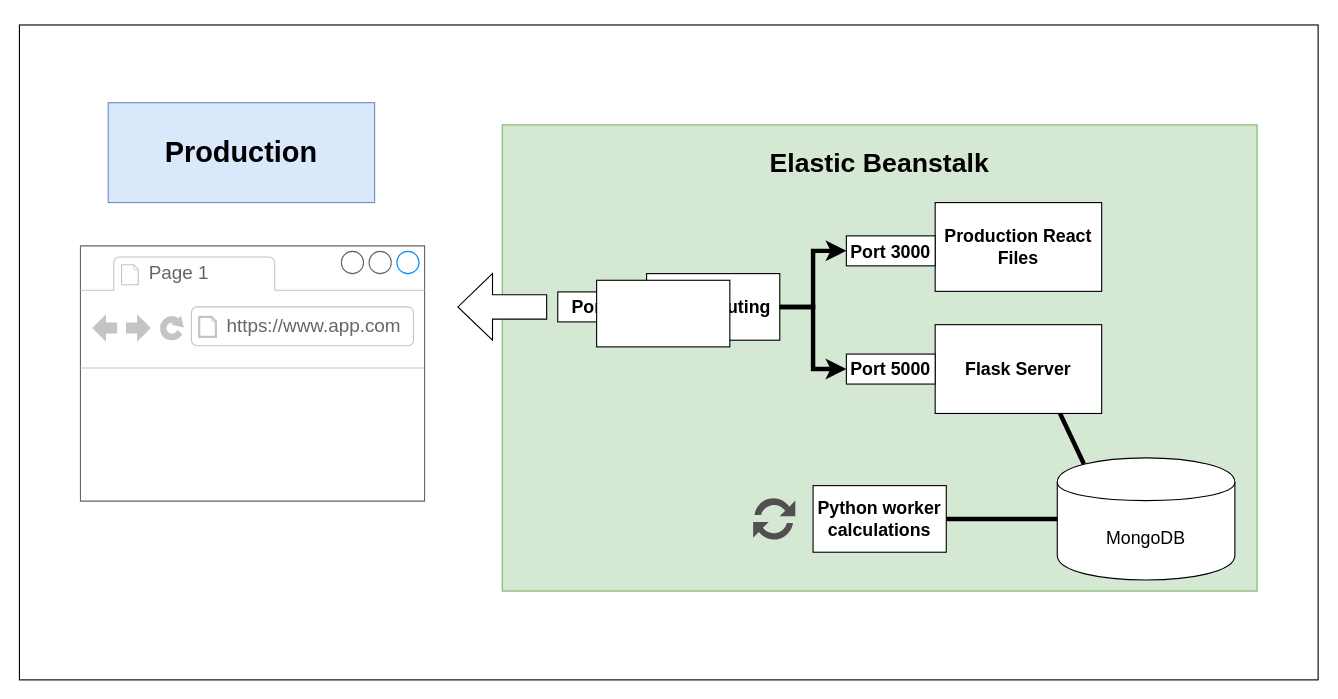
This is Diagram.drawio from dandelea/othello, a draw.io file, before an edit. Source tidied: cells renumbered, new cells numbered last; positions are measured from the earlier drawing's top-left corner, leaving out a move shared by most shapes. Both pictures are drawn from the tidied source at 111%, with x=0, y=0 at pixel (19, 24).
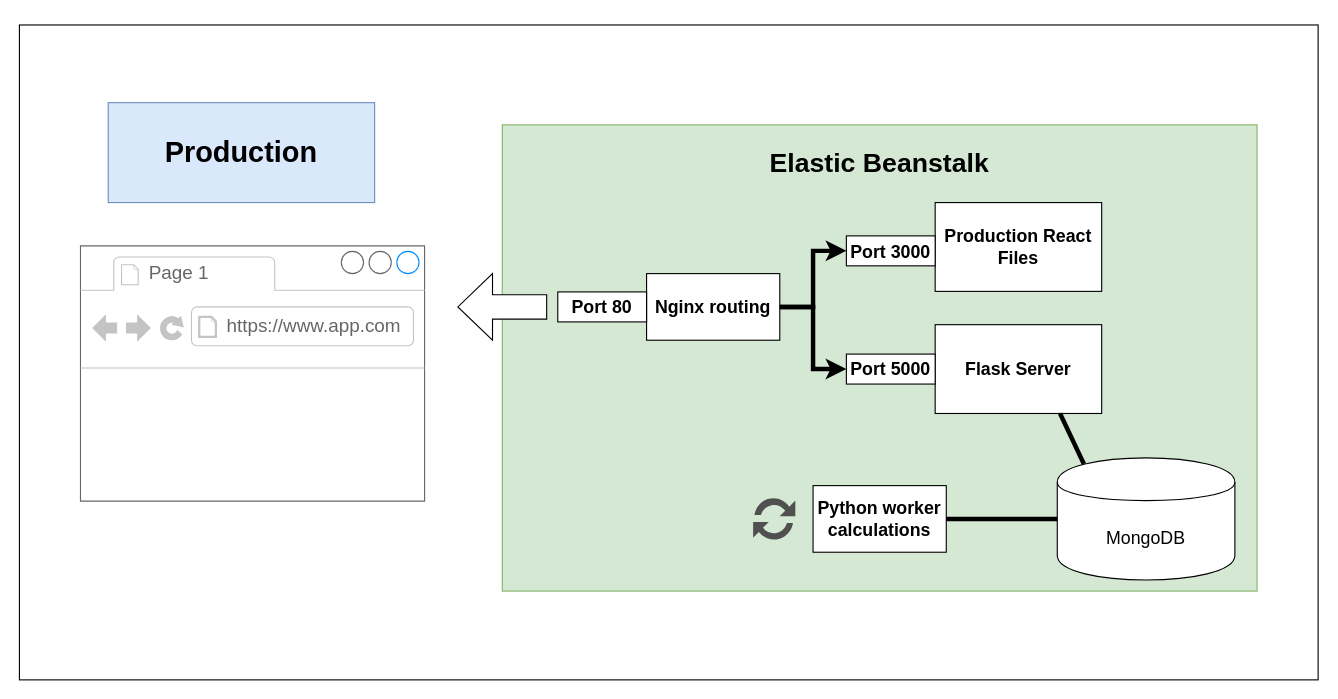
The same diagram, later.

The edit, as a diff of the source:
```diff
@@
-    <mxCell id="22" style="rounded=0;whiteSpace=wrap;html=1;fontFamily=Helvetica;fontSize=16;fontColor=#000000;align=center;" parent="1" vertex="1">
-      <mxGeometry x="520" y="230" width="120" height="60" as="geometry" />
-    </mxCell>
```
